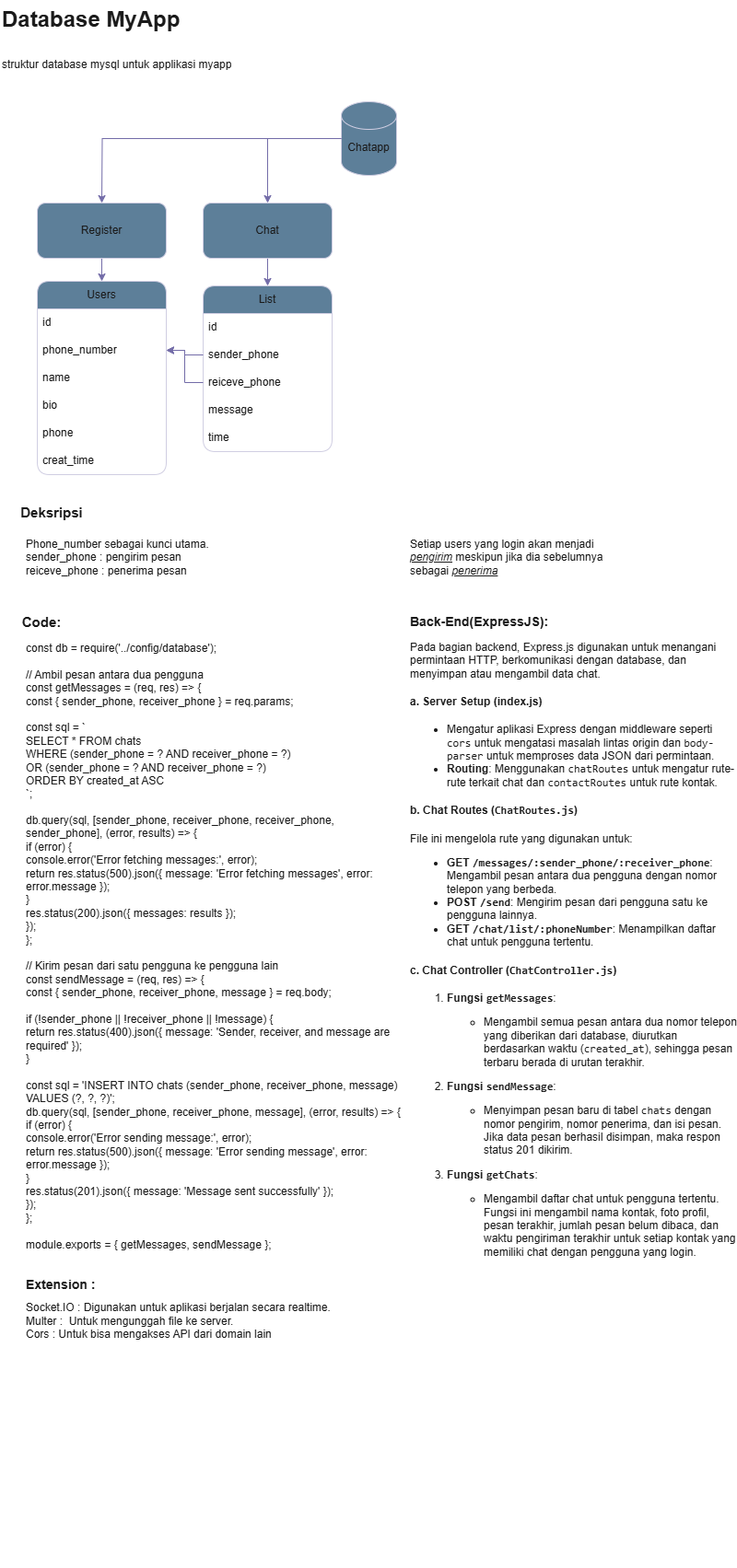
This is Database Struktur MyApp.drawio.png from NaufalAdityaAkbar/Database-ExpressJS_MyApp, a draw.io export, as it was before one commit. Source tidied: cells renumbered, new cells last; positions are measured from the earlier drawing's top-left corner, leaving out a move shared by most shapes.
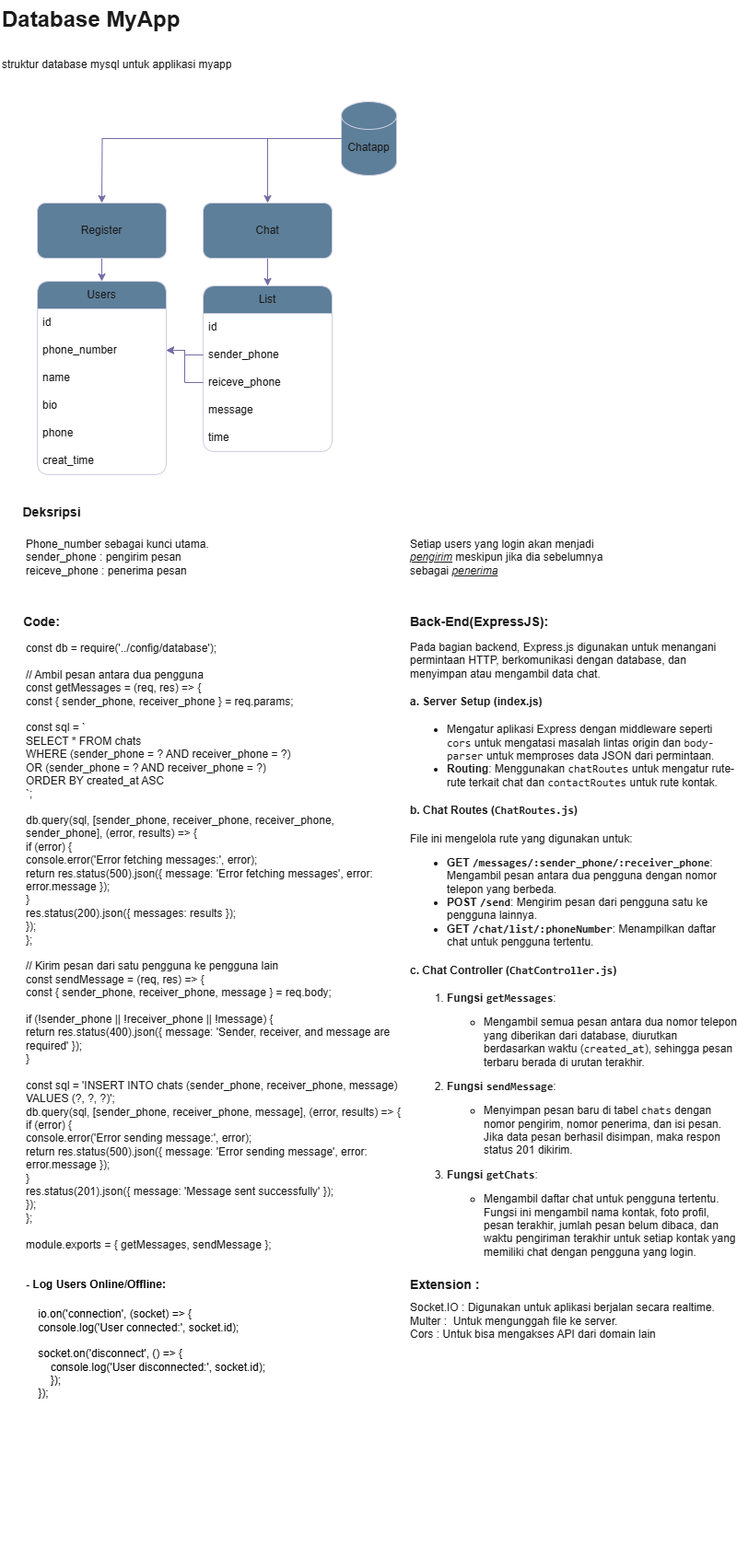
After the commit.

The edit, as a diff of the source:
```diff
@@ -95,7 +95,7 @@
     <mxCell id="28" value="Phone_number sebagai kunci utama.&lt;br&gt;sender_phone : pengirim pesan&lt;br&gt;reiceve_phone : penerima pesan" style="text;html=1;align=left;verticalAlign=middle;whiteSpace=wrap;rounded=0;labelBackgroundColor=none;fontColor=#1A1A1A;" parent="1" vertex="1">
       <mxGeometry x="26" y="585" width="240" height="40" as="geometry" />
     </mxCell>
-    <mxCell id="29" value="&lt;b&gt;&lt;font style=&quot;font-size: 15px;&quot;&gt;Deksripsi&lt;/font&gt;&lt;/b&gt;" style="text;html=1;align=center;verticalAlign=middle;whiteSpace=wrap;rounded=0;labelBackgroundColor=none;fontColor=#1A1A1A;" parent="1" vertex="1">
+    <mxCell id="29" value="&lt;b style=&quot;font-size: 14px;&quot;&gt;&lt;font style=&quot;font-size: 14px;&quot;&gt;Deksripsi&lt;/font&gt;&lt;/b&gt;" style="text;html=1;align=center;verticalAlign=middle;whiteSpace=wrap;rounded=0;labelBackgroundColor=none;fontColor=#1A1A1A;fontSize=14;" parent="1" vertex="1">
       <mxGeometry x="26" y="541" width="60" height="30" as="geometry" />
     </mxCell>
     <mxCell id="30" value="Setiap users yang login akan menjadi &lt;i&gt;&lt;u&gt;pengirim&lt;/u&gt;&lt;/i&gt; meskipun jika dia sebelumnya sebagai &lt;i&gt;&lt;u&gt;penerima&lt;/u&gt;&lt;/i&gt;" style="text;html=1;align=left;verticalAlign=middle;whiteSpace=wrap;rounded=0;labelBackgroundColor=none;fontColor=#1A1A1A;" parent="1" vertex="1">
@@ -104,7 +104,7 @@
     <mxCell id="31" style="edgeStyle=orthogonalEdgeStyle;rounded=0;jettySize=auto;html=1;entryX=1;entryY=0.5;entryDx=0;entryDy=0;labelBackgroundColor=none;fontColor=default;strokeColor=#736CA8;" parent="1" edge="1" source="15" target="22">
       <mxGeometry relative="1" as="geometry" />
     </mxCell>
-    <mxCell id="32" value="&lt;b&gt;&lt;font style=&quot;font-size: 15px;&quot;&gt;Code:&lt;/font&gt;&lt;/b&gt;" style="text;html=1;align=center;verticalAlign=middle;whiteSpace=wrap;rounded=0;labelBackgroundColor=none;fontColor=#1A1A1A;" parent="1" vertex="1">
+    <mxCell id="32" value="&lt;b style=&quot;font-size: 14px;&quot;&gt;&lt;font style=&quot;font-size: 14px;&quot;&gt;Code:&lt;/font&gt;&lt;/b&gt;" style="text;html=1;align=center;verticalAlign=middle;whiteSpace=wrap;rounded=0;labelBackgroundColor=none;fontColor=#1A1A1A;fontSize=14;" parent="1" vertex="1">
       <mxGeometry x="10" y="660" width="70" height="30" as="geometry" />
     </mxCell>
     <mxCell id="33" value="const db = require('../config/database');&#10;&#10;// Ambil pesan antara dua pengguna&#10;const getMessages = (req, res) =&gt; {&#10;    const { sender_phone, receiver_phone } = req.params;&#10;&#10;    const sql = `&#10;        SELECT * FROM chats&#10;        WHERE (sender_phone = ? AND receiver_phone = ?) &#10;        OR (sender_phone = ? AND receiver_phone = ?)&#10;        ORDER BY created_at ASC&#10;    `;&#10;&#10;    db.query(sql, [sender_phone, receiver_phone, receiver_phone, sender_phone], (error, results) =&gt; {&#10;        if (error) {&#10;            console.error('Error fetching messages:', error);&#10;            return res.status(500).json({ message: 'Error fetching messages', error: error.message });&#10;        }&#10;        res.status(200).json({ messages: results });&#10;    });&#10;};&#10;&#10;// Kirim pesan dari satu pengguna ke pengguna lain&#10;const sendMessage = (req, res) =&gt; {&#10;    const { sender_phone, receiver_phone, message } = req.body;&#10;&#10;    if (!sender_phone || !receiver_phone || !message) {&#10;        return res.status(400).json({ message: 'Sender, receiver, and message are required' });&#10;    }&#10;&#10;    const sql = 'INSERT INTO chats (sender_phone, receiver_phone, message) VALUES (?, ?, ?)';&#10;    db.query(sql, [sender_phone, receiver_phone, message], (error, results) =&gt; {&#10;        if (error) {&#10;            console.error('Error sending message:', error);&#10;            return res.status(500).json({ message: 'Error sending message', error: error.message });&#10;        }&#10;        res.status(201).json({ message: 'Message sent successfully' });&#10;    });&#10;};&#10;&#10;module.exports = { getMessages, sendMessage };" style="text;whiteSpace=wrap;html=1;labelBackgroundColor=none;fontColor=#1A1A1A;" parent="1" vertex="1">
@@ -114,7 +114,13 @@
       <mxGeometry x="443" y="660" width="357" height="720" as="geometry" />
     </mxCell>
     <mxCell id="35" value="&lt;h1 style=&quot;margin-top: 0px; font-size: 14px;&quot;&gt;Extension :&amp;nbsp;&lt;/h1&gt;&lt;div&gt;Socket.IO : Digunakan untuk aplikasi berjalan secara realtime.&lt;/div&gt;&lt;div&gt;Multer :&amp;nbsp; Untuk mengunggah file ke server.&lt;/div&gt;&lt;div&gt;Cors : Untuk bisa mengakses API dari domain lain&lt;/div&gt;&lt;div&gt;&lt;br&gt;&lt;/div&gt;" style="text;html=1;whiteSpace=wrap;overflow=hidden;rounded=0;labelBackgroundColor=none;fontColor=#1A1A1A;" parent="1" vertex="1">
-      <mxGeometry x="26" y="1380" width="357" height="320" as="geometry" />
+      <mxGeometry x="443" y="1380" width="357" height="320" as="geometry" />
     </mxCell>
+    <mxCell id="36" value="    io.on('connection', (socket) =&gt; {&#10;    console.log('User connected:', socket.id);&#10;&#10;    socket.on('disconnect', () =&gt; {&#10;        console.log('User disconnected:', socket.id);&#10;        });&#10;    });" style="text;align=left;verticalAlign=middle;rounded=0;fontColor=default;whiteSpace=wrap;fontStyle=0;" parent="1" vertex="1">
+      <mxGeometry x="26" y="1410" width="380" height="120" as="geometry" />
+    </mxCell>
+    <mxCell id="37" value="&lt;span style=&quot;color: rgb(0, 0, 0);&quot;&gt;- Log Users Online/Offline:&lt;/span&gt;" style="text;html=1;align=left;verticalAlign=middle;whiteSpace=wrap;rounded=0;fontColor=#1A1A1A;fontStyle=1;" parent="1" vertex="1">
+      <mxGeometry x="26" y="1380" width="174" height="30" as="geometry" />
+    </mxCell>
   </root>
 </mxGraphModel>
```
